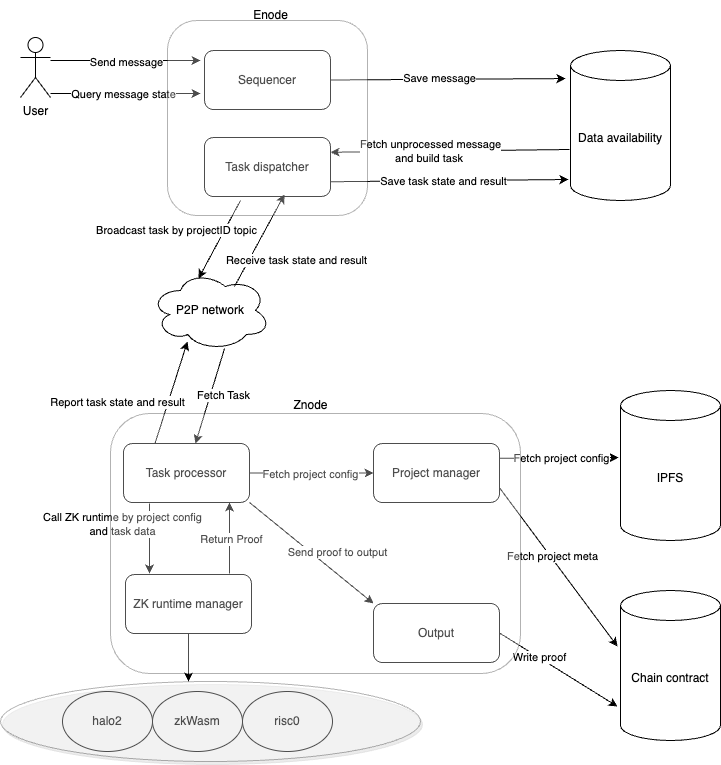
iotexproject/w3bstream keeps this draw.io diagram as docs/architecture.drawio.png. Above is the earlier version. Source tidied: cells renumbered, new cells last; positions are measured from the earlier drawing's top-left corner, leaving out a move shared by most shapes.
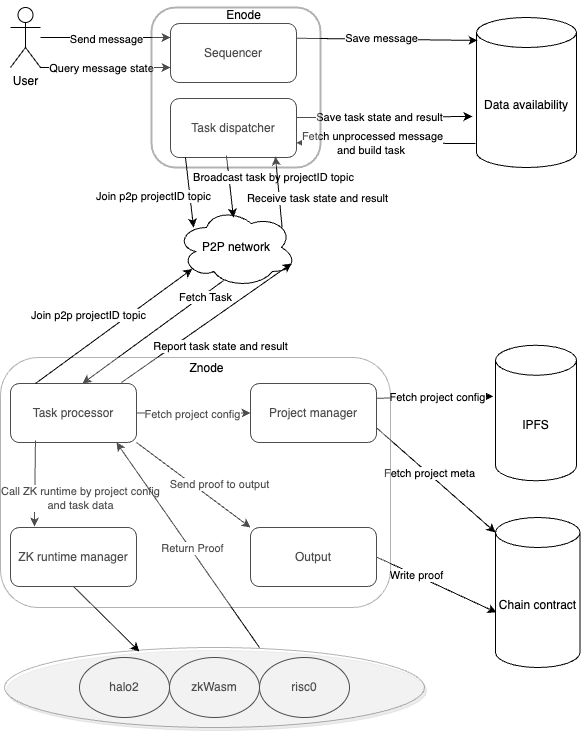
After the commit.

Commit message:
feat(docs): update architecture diagram

What changed in the source:
```diff
@@ -3,131 +3,121 @@
     <mxCell id="0" />
     <mxCell id="1" parent="0" />
     <mxCell id="2" value="User" style="shape=umlActor;verticalLabelPosition=bottom;verticalAlign=top;html=1;outlineConnect=0;" parent="1" vertex="1">
-      <mxGeometry x="20" y="37" width="30" height="60" as="geometry" />
+      <mxGeometry x="-80" y="-100" width="30" height="60" as="geometry" />
     </mxCell>
     <mxCell id="3" value="Sequencer" style="rounded=1;whiteSpace=wrap;html=1;" parent="1" vertex="1">
-      <mxGeometry x="204" y="50" width="126" height="59" as="geometry" />
+      <mxGeometry x="80" y="-84" width="126" height="59" as="geometry" />
     </mxCell>
-    <mxCell id="4" style="endArrow=classic;html=1;rounded=0;" parent="1" edge="1">
+    <mxCell id="4" style="endArrow=classic;html=1;rounded=0;" parent="1" edge="1" source="2">
       <mxGeometry relative="1" as="geometry">
-        <mxPoint x="50" y="60" as="sourcePoint" />
-        <mxPoint x="200" y="60" as="targetPoint" />
+        <mxPoint x="80" y="-70" as="targetPoint" />
       </mxGeometry>
     </mxCell>
     <mxCell id="5" value="Send message" style="edgeLabel;html=1;align=center;verticalAlign=middle;" parent="4" vertex="1">
       <mxGeometry y="-1" relative="1" as="geometry" />
     </mxCell>
     <mxCell id="6" value="Data availability" style="shape=cylinder3;whiteSpace=wrap;html=1;boundedLbl=1;backgroundOutline=1;size=15;" parent="1" vertex="1">
-      <mxGeometry x="570" y="50" width="100" height="150" as="geometry" />
+      <mxGeometry x="386" y="-90" width="100" height="150" as="geometry" />
     </mxCell>
-    <mxCell id="7" style="endArrow=classic;html=1;rounded=0;exitX=1;exitY=0.5;exitDx=0;exitDy=0;entryX=-0.05;entryY=0.187;entryDx=0;entryDy=0;entryPerimeter=0;" parent="1" edge="1" source="3" target="6">
+    <mxCell id="7" style="endArrow=classic;html=1;rounded=0;exitX=1;exitY=0.25;exitDx=0;exitDy=0;entryX=0.01;entryY=0.153;entryDx=0;entryDy=0;entryPerimeter=0;" parent="1" edge="1" source="3" target="6">
       <mxGeometry relative="1" as="geometry" />
     </mxCell>
     <mxCell id="8" value="Save message" style="edgeLabel;html=1;align=center;verticalAlign=middle;" parent="7" vertex="1">
       <mxGeometry x="-0.07" y="1" relative="1" as="geometry" />
     </mxCell>
-    <mxCell id="9" style="endArrow=classic;html=1;rounded=0;" parent="1" edge="1">
+    <mxCell id="9" style="endArrow=classic;html=1;rounded=0;exitX=1;exitY=1;exitDx=0;exitDy=0;exitPerimeter=0;" parent="1" edge="1" source="2">
       <mxGeometry relative="1" as="geometry">
-        <mxPoint x="50" y="93" as="sourcePoint" />
-        <mxPoint x="200" y="93" as="targetPoint" />
+        <mxPoint x="80" y="-40" as="targetPoint" />
       </mxGeometry>
     </mxCell>
     <mxCell id="10" value="Query message state" style="edgeLabel;html=1;align=center;verticalAlign=middle;" parent="9" vertex="1">
       <mxGeometry x="-0.25" relative="1" as="geometry">
-        <mxPoint x="16" as="offset" />
+        <mxPoint x="11" as="offset" />
       </mxGeometry>
     </mxCell>
     <mxCell id="11" value="Task dispatcher" style="rounded=1;whiteSpace=wrap;html=1;" parent="1" vertex="1">
-      <mxGeometry x="204" y="137" width="126" height="59" as="geometry" />
+      <mxGeometry x="80" y="-9" width="126" height="59" as="geometry" />
     </mxCell>
-    <mxCell id="12" style="endArrow=classic;html=1;rounded=0;entryX=1;entryY=0.25;entryDx=0;entryDy=0;exitX=-0.01;exitY=0.66;exitDx=0;exitDy=0;exitPerimeter=0;" parent="1" edge="1" source="6">
-      <mxGeometry relative="1" as="geometry">
-        <mxPoint x="330" y="151.8" as="targetPoint" />
-      </mxGeometry>
+    <mxCell id="12" style="endArrow=classic;html=1;rounded=0;entryX=1;entryY=0.75;entryDx=0;entryDy=0;exitX=-0.01;exitY=0.84;exitDx=0;exitDy=0;exitPerimeter=0;" parent="1" edge="1" source="6" target="11">
+      <mxGeometry relative="1" as="geometry" />
     </mxCell>
     <mxCell id="13" value="Fetch&amp;nbsp;unprocessed message&lt;br&gt;and build task&amp;nbsp;" style="edgeLabel;html=1;align=center;verticalAlign=middle;" parent="12" vertex="1">
       <mxGeometry x="0.17" relative="1" as="geometry" />
     </mxCell>
     <mxCell id="14" value="P2P network" style="ellipse;shape=cloud;whiteSpace=wrap;html=1;" parent="1" vertex="1">
-      <mxGeometry x="150" y="270" width="120" height="80" as="geometry" />
+      <mxGeometry x="86" y="100" width="120" height="80" as="geometry" />
     </mxCell>
-    <mxCell id="15" style="endArrow=classic;html=1;rounded=0;entryX=0.4;entryY=0.1;entryDx=0;entryDy=0;entryPerimeter=0;" parent="1" edge="1" target="14">
-      <mxGeometry relative="1" as="geometry">
-        <mxPoint x="240" y="200" as="sourcePoint" />
-      </mxGeometry>
+    <mxCell id="15" style="endArrow=classic;html=1;rounded=0;entryX=0.475;entryY=0.125;entryDx=0;entryDy=0;entryPerimeter=0;exitX=0.444;exitY=0.966;exitDx=0;exitDy=0;exitPerimeter=0;" parent="1" edge="1" source="11" target="14">
+      <mxGeometry relative="1" as="geometry" />
     </mxCell>
     <mxCell id="16" value="Broadcast task by projectID topic" style="edgeLabel;html=1;align=center;verticalAlign=middle;" parent="15" vertex="1">
       <mxGeometry x="0.02" relative="1" as="geometry">
-        <mxPoint x="-43" y="-10" as="offset" />
+        <mxPoint x="43" y="-10" as="offset" />
       </mxGeometry>
     </mxCell>
-    <mxCell id="17" style="endArrow=classic;html=1;rounded=0;exitX=0.7;exitY=0.2;exitDx=0;exitDy=0;exitPerimeter=0;entryX=0.635;entryY=0.966;entryDx=0;entryDy=0;entryPerimeter=0;" parent="1" edge="1" source="14">
-      <mxGeometry relative="1" as="geometry">
-        <mxPoint x="284" y="194" as="targetPoint" />
-      </mxGeometry>
+    <mxCell id="17" style="endArrow=classic;html=1;rounded=0;exitX=0.88;exitY=0.25;exitDx=0;exitDy=0;exitPerimeter=0;entryX=0.833;entryY=0.983;entryDx=0;entryDy=0;entryPerimeter=0;" parent="1" edge="1" source="14" target="11">
+      <mxGeometry relative="1" as="geometry" />
     </mxCell>
     <mxCell id="18" value="Receive task state and result" style="edgeLabel;html=1;align=center;verticalAlign=middle;" parent="17" vertex="1">
       <mxGeometry x="-0.05" y="-1" relative="1" as="geometry">
-        <mxPoint x="37" y="17" as="offset" />
+        <mxPoint x="37" y="4" as="offset" />
       </mxGeometry>
     </mxCell>
-    <mxCell id="19" style="endArrow=classic;html=1;rounded=0;exitX=1;exitY=0.75;exitDx=0;exitDy=0;entryX=-0.02;entryY=0.86;entryDx=0;entryDy=0;entryPerimeter=0;" parent="1" edge="1" source="11" target="6">
-      <mxGeometry relative="1" as="geometry" />
+    <mxCell id="19" style="endArrow=classic;html=1;rounded=0;exitX=1;exitY=0.75;exitDx=0;exitDy=0;entryX=-0.04;entryY=0.66;entryDx=0;entryDy=0;entryPerimeter=0;" parent="1" edge="1" target="6">
+      <mxGeometry relative="1" as="geometry">
+        <mxPoint x="206" y="10" as="sourcePoint" />
+      </mxGeometry>
     </mxCell>
     <mxCell id="20" value="Save task state and result" style="edgeLabel;html=1;align=center;verticalAlign=middle;" parent="19" vertex="1">
       <mxGeometry x="-0.05" relative="1" as="geometry" />
     </mxCell>
     <mxCell id="21" value="Task&amp;nbsp;processor" style="rounded=1;whiteSpace=wrap;html=1;" parent="1" vertex="1">
-      <mxGeometry x="123" y="443" width="126" height="59" as="geometry" />
+      <mxGeometry x="-80" y="276" width="126" height="59" as="geometry" />
     </mxCell>
-    <mxCell id="22" style="endArrow=classic;html=1;rounded=0;entryX=0.571;entryY=0;entryDx=0;entryDy=0;entryPerimeter=0;exitX=0.617;exitY=0.975;exitDx=0;exitDy=0;exitPerimeter=0;" parent="1" edge="1" source="14" target="21">
+    <mxCell id="22" style="endArrow=classic;html=1;rounded=0;entryX=0.571;entryY=0;entryDx=0;entryDy=0;entryPerimeter=0;exitX=0.392;exitY=0.913;exitDx=0;exitDy=0;exitPerimeter=0;" parent="1" edge="1" source="14" target="21">
       <mxGeometry relative="1" as="geometry" />
     </mxCell>
     <mxCell id="23" value="Fetch Task" style="edgeLabel;html=1;align=center;verticalAlign=middle;" parent="22" vertex="1">
       <mxGeometry x="-0.01" y="-2" relative="1" as="geometry">
-        <mxPoint x="15" as="offset" />
+        <mxPoint x="52" y="-33" as="offset" />
       </mxGeometry>
     </mxCell>
-    <mxCell id="24" style="endArrow=classic;html=1;rounded=0;exitX=0.25;exitY=0;exitDx=0;exitDy=0;entryX=0.308;entryY=0.888;entryDx=0;entryDy=0;entryPerimeter=0;" parent="1" edge="1" source="21" target="14">
+    <mxCell id="24" style="endArrow=classic;html=1;rounded=0;entryX=0.96;entryY=0.7;entryDx=0;entryDy=0;entryPerimeter=0;exitX=0.881;exitY=-0.017;exitDx=0;exitDy=0;exitPerimeter=0;" parent="1" edge="1" source="21" target="14">
       <mxGeometry relative="1" as="geometry" />
     </mxCell>
     <mxCell id="25" value="Report task state and result" style="edgeLabel;html=1;align=center;verticalAlign=middle;" parent="24" vertex="1">
       <mxGeometry x="0.06" y="1" relative="1" as="geometry">
-        <mxPoint x="-54" y="13" as="offset" />
+        <mxPoint x="9" y="27" as="offset" />
       </mxGeometry>
     </mxCell>
     <mxCell id="26" value="halo2" style="ellipse;whiteSpace=wrap;html=1;" parent="1" vertex="1">
-      <mxGeometry x="62" y="691" width="90" height="60" as="geometry" />
+      <mxGeometry x="-11" y="550" width="90" height="60" as="geometry" />
     </mxCell>
     <mxCell id="27" value="zkWasm" style="ellipse;whiteSpace=wrap;html=1;" parent="1" vertex="1">
-      <mxGeometry x="152" y="691" width="90" height="60" as="geometry" />
+      <mxGeometry x="79" y="550" width="90" height="60" as="geometry" />
     </mxCell>
     <mxCell id="28" value="risc0" style="ellipse;whiteSpace=wrap;html=1;" parent="1" vertex="1">
-      <mxGeometry x="242" y="691" width="90" height="60" as="geometry" />
+      <mxGeometry x="169" y="550" width="90" height="60" as="geometry" />
     </mxCell>
     <mxCell id="29" style="ellipse;whiteSpace=wrap;html=1;opacity=30;shadow=1;" parent="1" vertex="1">
-      <mxGeometry y="681" width="420" height="80" as="geometry" />
+      <mxGeometry x="-86" y="540" width="420" height="80" as="geometry" />
     </mxCell>
     <mxCell id="30" value="ZK runtime manager" style="rounded=1;whiteSpace=wrap;html=1;" parent="1" vertex="1">
-      <mxGeometry x="125" y="574" width="126" height="59" as="geometry" />
+      <mxGeometry x="-80" y="420" width="126" height="59" as="geometry" />
     </mxCell>
-    <mxCell id="31" style="endArrow=classic;html=1;rounded=0;exitX=0.5;exitY=1;exitDx=0;exitDy=0;entryX=0.5;entryY=0;entryDx=0;entryDy=0;" parent="1" edge="1" source="30">
-      <mxGeometry relative="1" as="geometry">
-        <mxPoint x="188" y="681" as="targetPoint" />
-      </mxGeometry>
+    <mxCell id="31" style="endArrow=classic;html=1;rounded=0;exitX=0.5;exitY=1;exitDx=0;exitDy=0;entryX=0.321;entryY=0.05;entryDx=0;entryDy=0;entryPerimeter=0;" parent="1" edge="1" source="30" target="29">
+      <mxGeometry relative="1" as="geometry" />
     </mxCell>
-    <mxCell id="32" style="endArrow=classic;html=1;rounded=0;entryX=0.19;entryY=-0.017;entryDx=0;entryDy=0;entryPerimeter=0;" parent="1" edge="1" target="30">
-      <mxGeometry relative="1" as="geometry">
-        <mxPoint x="149" y="503" as="sourcePoint" />
-      </mxGeometry>
+    <mxCell id="32" style="endArrow=classic;html=1;rounded=0;entryX=0.19;entryY=-0.017;entryDx=0;entryDy=0;entryPerimeter=0;exitX=0.198;exitY=0.966;exitDx=0;exitDy=0;exitPerimeter=0;" parent="1" edge="1" source="21" target="30">
+      <mxGeometry relative="1" as="geometry" />
     </mxCell>
     <mxCell id="33" value="Call ZK runtime by project config &lt;br&gt;and task data" style="edgeLabel;html=1;align=center;verticalAlign=middle;" parent="32" vertex="1">
       <mxGeometry x="-0.43" y="3" relative="1" as="geometry">
-        <mxPoint x="-30" as="offset" />
+        <mxPoint x="42" y="32" as="offset" />
       </mxGeometry>
     </mxCell>
     <mxCell id="34" value="Project manager" style="rounded=1;whiteSpace=wrap;html=1;" parent="1" vertex="1">
-      <mxGeometry x="373" y="443" width="126" height="59" as="geometry" />
+      <mxGeometry x="160" y="276" width="126" height="59" as="geometry" />
     </mxCell>
     <mxCell id="35" style="endArrow=classic;html=1;rounded=0;exitX=1;exitY=0.5;exitDx=0;exitDy=0;entryX=0;entryY=0.5;entryDx=0;entryDy=0;" parent="1" edge="1" source="21" target="34">
       <mxGeometry relative="1" as="geometry" />
@@ -137,16 +127,14 @@
         <mxPoint y="1" as="offset" />
       </mxGeometry>
     </mxCell>
-    <mxCell id="37" style="endArrow=classic;html=1;rounded=0;entryX=0.841;entryY=1;entryDx=0;entryDy=0;entryPerimeter=0;" parent="1" edge="1" target="21">
-      <mxGeometry relative="1" as="geometry">
-        <mxPoint x="229" y="573" as="sourcePoint" />
-      </mxGeometry>
+    <mxCell id="37" style="endArrow=classic;html=1;rounded=0;entryX=0.841;entryY=1;entryDx=0;entryDy=0;entryPerimeter=0;exitX=0.607;exitY=0;exitDx=0;exitDy=0;exitPerimeter=0;" parent="1" edge="1" source="29" target="21">
+      <mxGeometry relative="1" as="geometry" />
     </mxCell>
     <mxCell id="38" value="Return Proof" style="edgeLabel;html=1;align=center;verticalAlign=middle;" parent="37" vertex="1">
       <mxGeometry x="-0.04" y="-2" relative="1" as="geometry" />
     </mxCell>
     <mxCell id="39" value="Output" style="rounded=1;whiteSpace=wrap;html=1;" parent="1" vertex="1">
-      <mxGeometry x="373" y="603" width="126" height="59" as="geometry" />
+      <mxGeometry x="160" y="420" width="126" height="59" as="geometry" />
     </mxCell>
     <mxCell id="40" style="endArrow=classic;html=1;rounded=0;exitX=1;exitY=1;exitDx=0;exitDy=0;entryX=0;entryY=0;entryDx=0;entryDy=0;" parent="1" edge="1" source="21" target="39">
       <mxGeometry relative="1" as="geometry" />
@@ -157,50 +145,60 @@
       </mxGeometry>
     </mxCell>
     <mxCell id="42" value="Chain contract" style="shape=cylinder3;whiteSpace=wrap;html=1;boundedLbl=1;backgroundOutline=1;size=15;" parent="1" vertex="1">
-      <mxGeometry x="620" y="590" width="100" height="150" as="geometry" />
+      <mxGeometry x="405" y="410" width="84.5" height="150" as="geometry" />
     </mxCell>
     <mxCell id="43" value="IPFS" style="shape=cylinder3;whiteSpace=wrap;html=1;boundedLbl=1;backgroundOutline=1;size=15;" parent="1" vertex="1">
-      <mxGeometry x="620" y="390" width="100" height="150" as="geometry" />
+      <mxGeometry x="405" y="237.8" width="81" height="135.5" as="geometry" />
     </mxCell>
-    <mxCell id="44" style="endArrow=classic;html=1;rounded=0;exitX=1;exitY=0.75;exitDx=0;exitDy=0;entryX=0;entryY=0;entryDx=0;entryDy=45;entryPerimeter=0;" parent="1" edge="1" source="34">
-      <mxGeometry relative="1" as="geometry">
-        <mxPoint x="617" y="646" as="targetPoint" />
-      </mxGeometry>
+    <mxCell id="44" style="endArrow=classic;html=1;rounded=0;exitX=1;exitY=0.75;exitDx=0;exitDy=0;entryX=0;entryY=0;entryDx=0;entryDy=15;entryPerimeter=0;" parent="1" edge="1" source="34" target="42">
+      <mxGeometry relative="1" as="geometry" />
     </mxCell>
     <mxCell id="45" value="Fetch project meta" style="edgeLabel;html=1;align=center;verticalAlign=middle;" parent="44" vertex="1">
       <mxGeometry x="-0.12" y="2" relative="1" as="geometry">
         <mxPoint x="-1" as="offset" />
       </mxGeometry>
     </mxCell>
-    <mxCell id="46" style="endArrow=classic;html=1;rounded=0;exitX=1;exitY=0.25;exitDx=0;exitDy=0;entryX=0.01;entryY=0.627;entryDx=0;entryDy=0;entryPerimeter=0;" parent="1" edge="1" source="34">
-      <mxGeometry relative="1" as="geometry">
-        <mxPoint x="618" y="457" as="targetPoint" />
-      </mxGeometry>
+    <mxCell id="46" style="endArrow=classic;html=1;rounded=0;exitX=1;exitY=0.25;exitDx=0;exitDy=0;entryX=-0.03;entryY=0.377;entryDx=0;entryDy=0;entryPerimeter=0;" parent="1" edge="1" source="34" target="43">
+      <mxGeometry relative="1" as="geometry" />
     </mxCell>
     <mxCell id="47" value="Fetch project config" style="edgeLabel;html=1;align=center;verticalAlign=middle;" parent="46" vertex="1">
       <mxGeometry x="0.03" y="-3" relative="1" as="geometry">
         <mxPoint y="-3" as="offset" />
       </mxGeometry>
     </mxCell>
-    <mxCell id="48" style="endArrow=classic;html=1;rounded=0;exitX=1;exitY=0.5;exitDx=0;exitDy=0;entryX=0;entryY=0;entryDx=0;entryDy=105;entryPerimeter=0;" parent="1" edge="1" source="39">
-      <mxGeometry relative="1" as="geometry">
-        <mxPoint x="617" y="706" as="targetPoint" />
-      </mxGeometry>
+    <mxCell id="48" style="endArrow=classic;html=1;rounded=0;exitX=1;exitY=0.5;exitDx=0;exitDy=0;entryX=0.012;entryY=0.633;entryDx=0;entryDy=0;entryPerimeter=0;" parent="1" edge="1" source="39" target="42">
+      <mxGeometry relative="1" as="geometry" />
     </mxCell>
     <mxCell id="49" value="Write proof" style="edgeLabel;html=1;align=center;verticalAlign=middle;" parent="48" vertex="1">
       <mxGeometry x="-0.34" relative="1" as="geometry" />
     </mxCell>
-    <mxCell id="50" style="rounded=1;whiteSpace=wrap;html=1;opacity=30;glass=0;shadow=0;" parent="1" vertex="1">
-      <mxGeometry x="167" y="20" width="200" height="195" as="geometry" />
+    <mxCell id="50" style="rounded=1;whiteSpace=wrap;html=1;opacity=30;glass=0;shadow=0;strokeWidth=2;" parent="1" vertex="1">
+      <mxGeometry x="61" y="-100" width="169" height="160" as="geometry" />
     </mxCell>
     <mxCell id="51" value="Enode" style="text;html=1;align=center;verticalAlign=middle;strokeColor=none;fillColor=none;" parent="1" vertex="1">
-      <mxGeometry x="240" width="60" height="30" as="geometry" />
+      <mxGeometry x="123" y="-107" width="60" height="30" as="geometry" />
     </mxCell>
     <mxCell id="52" style="rounded=1;whiteSpace=wrap;html=1;opacity=30;" parent="1" vertex="1">
-      <mxGeometry x="110" y="413" width="410" height="260" as="geometry" />
+      <mxGeometry x="-90" y="250" width="390" height="250" as="geometry" />
     </mxCell>
     <mxCell id="53" value="Znode" style="text;html=1;align=center;verticalAlign=middle;strokeColor=none;fillColor=none;" parent="1" vertex="1">
-      <mxGeometry x="280" y="390" width="60" height="30" as="geometry" />
+      <mxGeometry x="86" y="246" width="60" height="30" as="geometry" />
     </mxCell>
+    <mxCell id="54" style="endArrow=classic;html=1;rounded=0;exitX=0.119;exitY=1;exitDx=0;exitDy=0;exitPerimeter=0;entryX=0.142;entryY=0.25;entryDx=0;entryDy=0;entryPerimeter=0;" parent="1" edge="1" source="11" target="14">
+      <mxGeometry relative="1" as="geometry" />
+    </mxCell>
+    <mxCell id="55" value="Join p2p projectID topic" style="edgeLabel;html=1;align=center;verticalAlign=middle;" parent="54" vertex="1">
+      <mxGeometry x="0.09" y="3" relative="1" as="geometry">
+        <mxPoint x="-40" as="offset" />
+      </mxGeometry>
+    </mxCell>
+    <mxCell id="56" style="endArrow=classic;html=1;rounded=0;exitX=0.198;exitY=0;exitDx=0;exitDy=0;entryX=0.13;entryY=0.77;entryDx=0;entryDy=0;entryPerimeter=0;exitPerimeter=0;" parent="1" edge="1" source="21" target="14">
+      <mxGeometry relative="1" as="geometry" />
+    </mxCell>
+    <mxCell id="57" value="Join p2p projectID topic" style="edgeLabel;html=1;align=center;verticalAlign=middle;" parent="56" vertex="1">
+      <mxGeometry x="0.19" y="1" relative="1" as="geometry">
+        <mxPoint x="-40" as="offset" />
+      </mxGeometry>
+    </mxCell>
   </root>
 </mxGraphModel>
```
